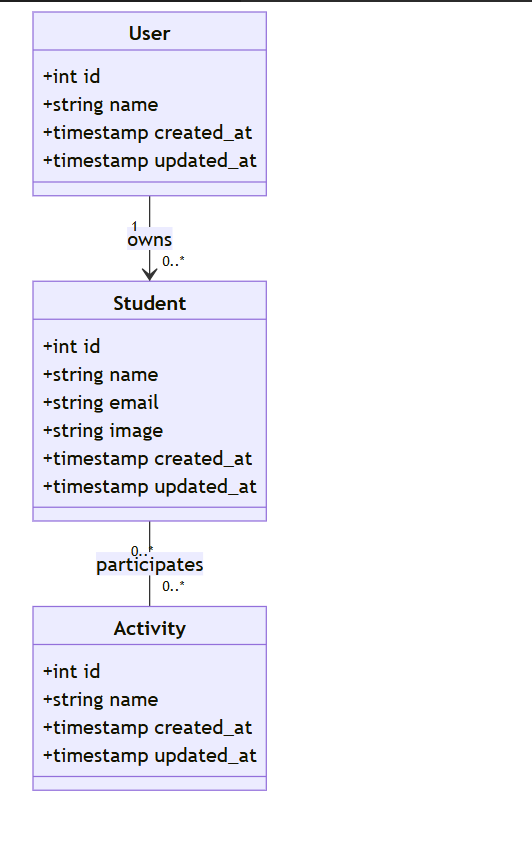
The Mermaid diagram images/diagramme-class.png in Adnane-x87/Projet-technique, before a commit. Its source is kept beside it as Conception/diagramme-class.mmd.
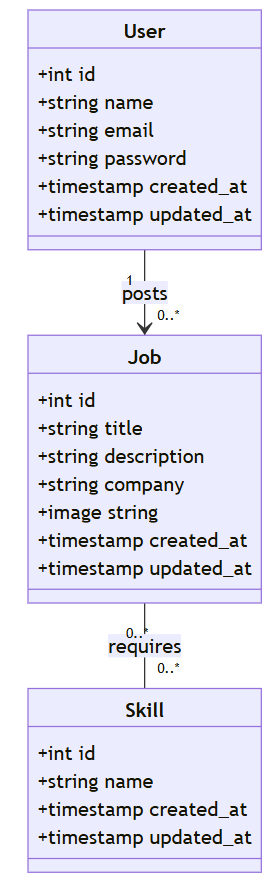
The same file after the commit.

Diff of the diagram source:
```diff
@@ -1,27 +1,30 @@
 classDiagram
 
 class User {
+    +int id
+    +string name
+    +string email
+    +string password
+    +timestamp created_at
+    +timestamp updated_at
+}
+
+class Job {
+    +int id
+    +string title
+    +string description
+    +string company
+    +image string
+    +timestamp created_at
+    +timestamp updated_at
+}
+
+class Skill {
     +int id
     +string name
     +timestamp created_at
     +timestamp updated_at
 }
 
-class Student {
-    +int id
-    +string name
-    +string email
-    +string image
-    +timestamp created_at
-    +timestamp updated_at
-}
-
-class Activity {
-    +int id
-    +string name
-    +timestamp created_at
-    +timestamp updated_at
-}
-
-User "1" --> "0..*" Student : owns
-Student "0..*" -- "0..*" Activity : participates
+User "1" --> "0..*" Job : posts
+Job "0..*" -- "0..*" Skill : requires
```
